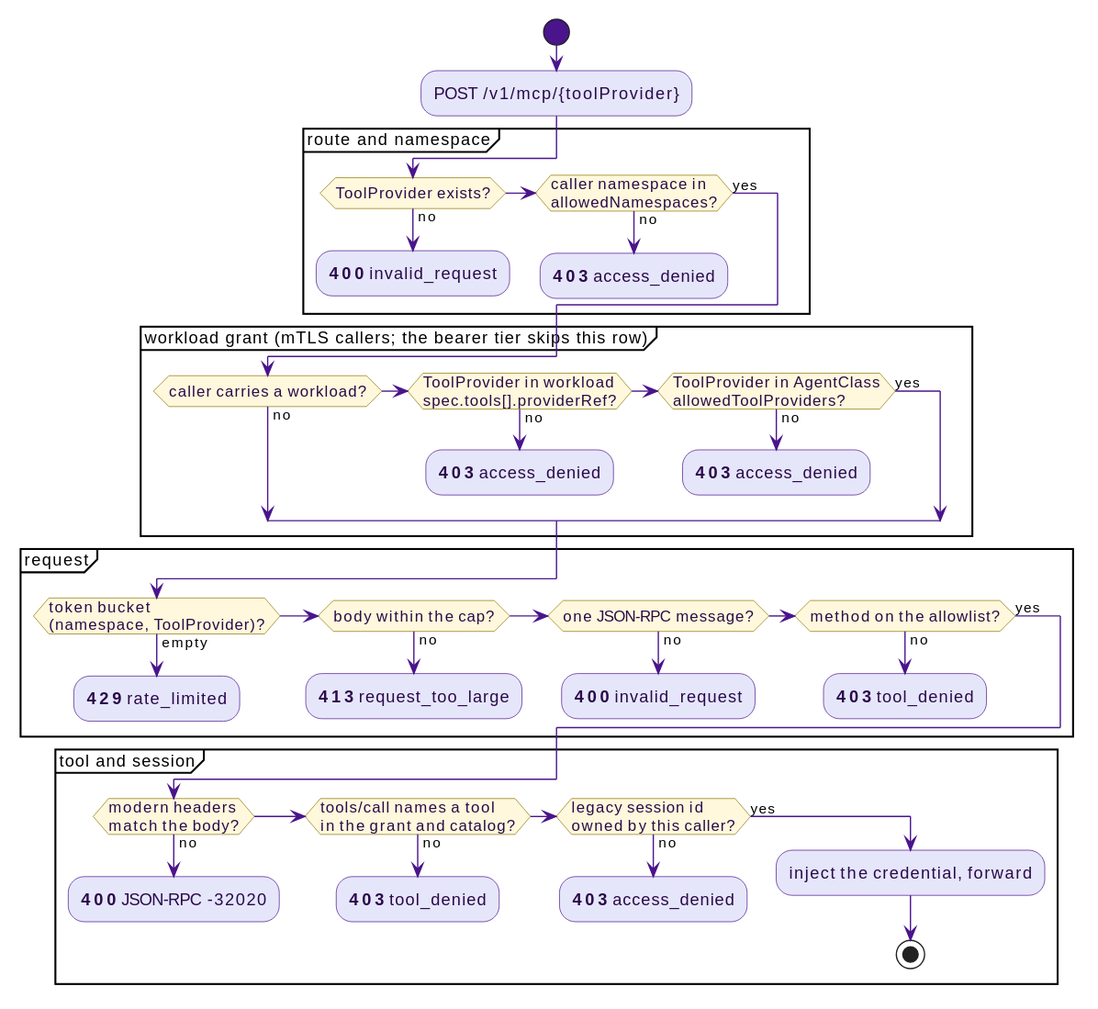
win07xp/kaalm keeps this PlantUML diagram as docs/src/diagrams/tool-grant-chain.svg. Above is the earlier version.
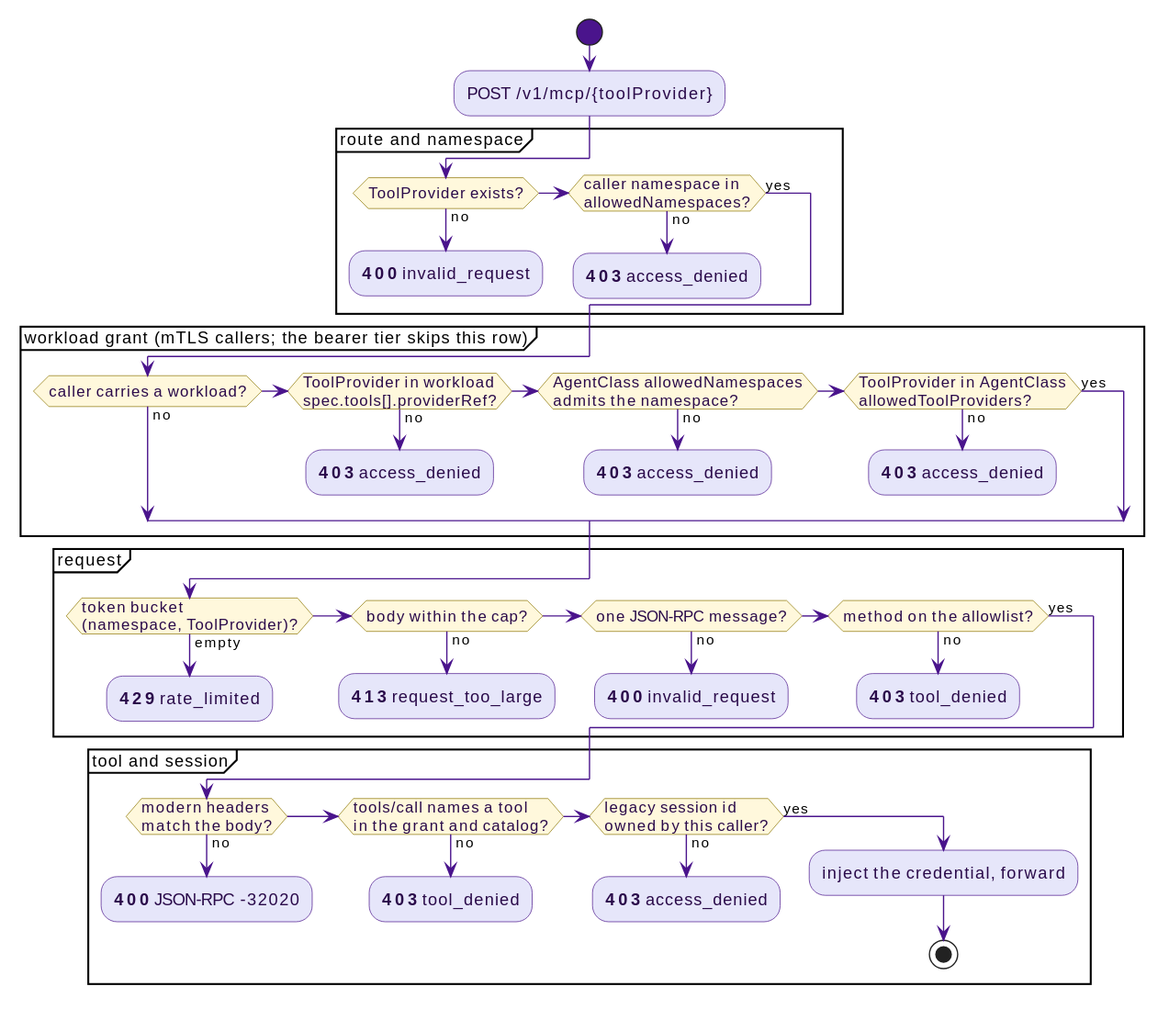
Above is the later version.

What changed in the source:
```diff
@@ -18,6 +18,9 @@
 partition "workload grant (mTLS callers; the bearer tier skips this row)" {
   if (caller carries a workload?) then (no)
   elseif (ToolProvider in workload\nspec.tools[].providerRef?) then (no)
+    :**403** access_denied;
+    kill
+  elseif (AgentClass allowedNamespaces\nadmits the namespace?) then (no)
     :**403** access_denied;
     kill
   elseif (ToolProvider in AgentClass\nallowedToolProviders?) then (no)
```
